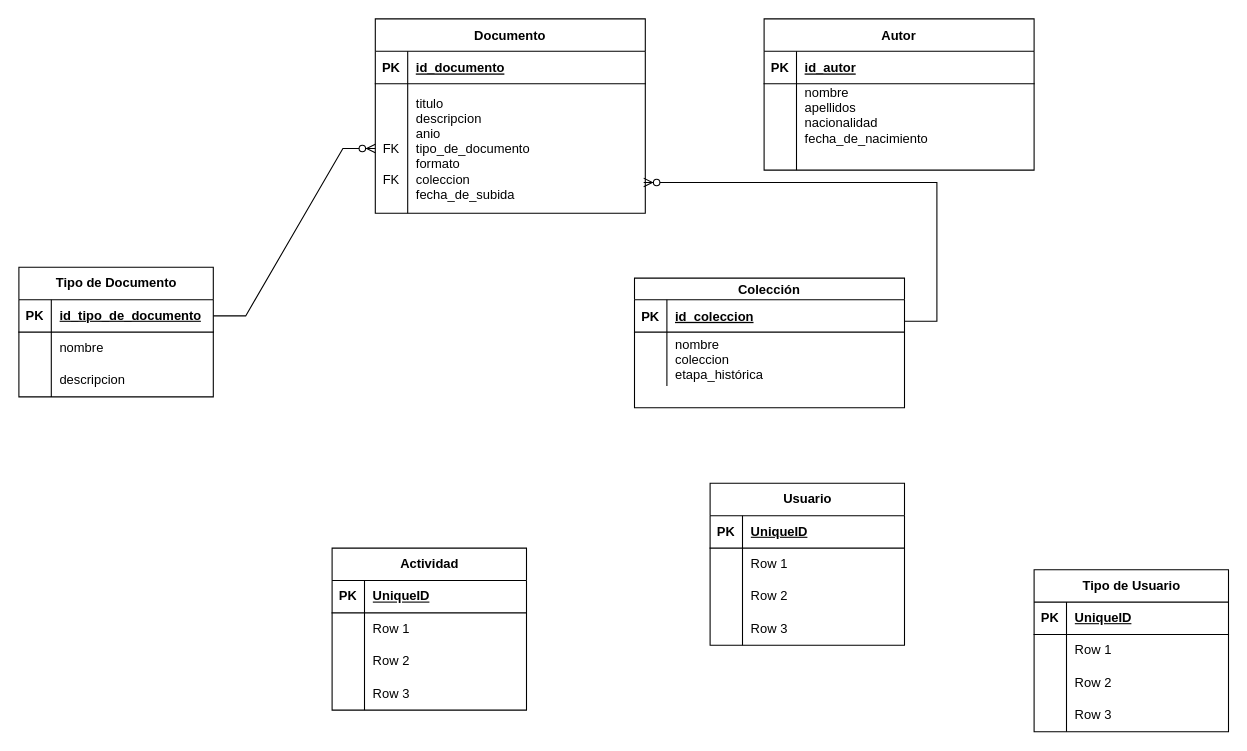
Earlier version of the draw.io diagram aetas-historia-ER.drawio (reyes-art-car/aetas-historia). Source tidied: cells renumbered, new cells numbered last; positions are measured from the earlier drawing's top-left corner, leaving out a move shared by most shapes. Both pictures are drawn from the tidied source at 108%, with x=0, y=0 at pixel (18, 18).
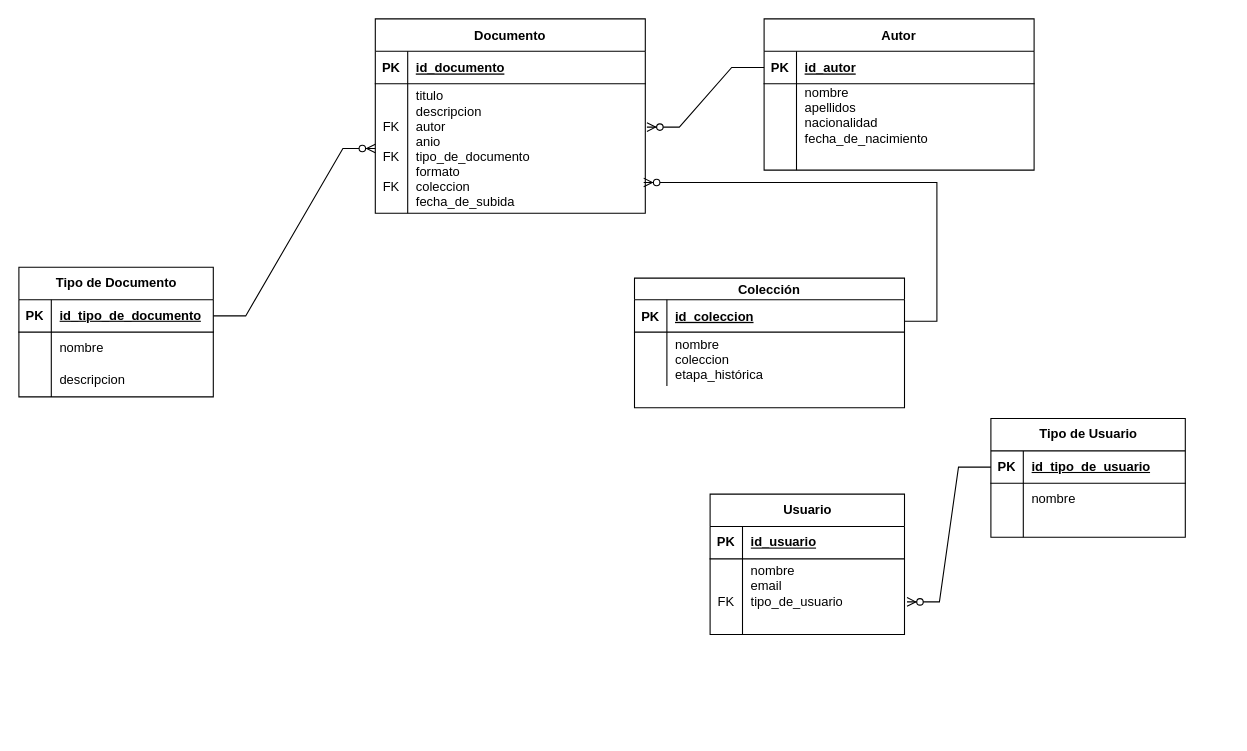
The same diagram, later.

The change refers to these unchanged cells:
```xml
<mxCell id="3" style="shape=partialRectangle;fillColor=none;points=[[0,0.5],[1,0.5]];portConstraint=eastwest;top=0;left=0;right=0;bottom=1;" parent="2" vertex="1">
  <mxGeometry y="30" width="250" height="30" as="geometry" />
</mxCell>
<mxCell id="23" style="shape=partialRectangle;fillColor=none;points=[[0,0.5],[1,0.5]];portConstraint=eastwest;top=0;left=0;right=0;bottom=0;" parent="19" vertex="1">
  <mxGeometry y="60" width="250" height="120" as="geometry" />
</mxCell>
<mxCell id="37" style="shape=tableRow;horizontal=0;startSize=0;swimlaneHead=0;swimlaneBody=0;fillColor=none;top=0;left=0;right=0;bottom=1;" parent="36" vertex="1">
  <mxGeometry y="30" width="180" height="30" as="geometry" />
</mxCell>
<mxCell id="50" style="shape=tableRow;horizontal=0;startSize=0;swimlaneHead=0;swimlaneBody=0;fillColor=none;points=[[0,0.5],[1,0.5]];portConstraint=eastwest;top=0;left=0;right=0;bottom=1;" parent="49" vertex="1">
  <mxGeometry y="30" width="180" height="30" as="geometry" />
</mxCell>
<mxCell id="53" style="shape=tableRow;horizontal=0;startSize=0;swimlaneHead=0;swimlaneBody=0;fillColor=none;top=0;left=0;right=0;bottom=0;" parent="49" vertex="1">
  <mxGeometry y="60" width="180" height="30" as="geometry" />
</mxCell>
```

Diff of the diagram source:
```diff
@@
-    <mxCell id="24" value="&#10;&#10;FK&#10;&#10;FK" style="shape=partialRectangle;overflow=hidden;fillColor=none;top=0;left=0;bottom=0;right=0;" parent="23" vertex="1">
+    <mxCell id="24" value="&#10;FK&#10;&#10;FK&#10;&#10;FK" style="shape=partialRectangle;overflow=hidden;fillColor=none;top=0;left=0;bottom=0;right=0;" parent="23" vertex="1">
       <mxGeometry width="30" height="120" as="geometry" />
     </mxCell>
-    <mxCell id="25" value="titulo&#10;descripcion&#10;anio&#10;tipo_de_documento&#10;formato&#10;coleccion&#10;fecha_de_subida" style="shape=partialRectangle;overflow=hidden;fillColor=none;top=0;left=0;bottom=0;right=0;align=left;spacingLeft=6;" parent="23" vertex="1">
+    <mxCell id="25" value="titulo&#10;descripcion&#10;autor&#10;anio&#10;tipo_de_documento&#10;formato&#10;coleccion&#10;fecha_de_subida" style="shape=partialRectangle;overflow=hidden;fillColor=none;top=0;left=0;bottom=0;right=0;align=left;spacingLeft=6;" parent="23" vertex="1">
       <mxGeometry x="30" width="220" height="120" as="geometry" />
     </mxCell>
@@
     <mxCell id="36" value="Usuario" style="shape=table;startSize=30;childLayout=tableLayout;rowLines=0;fontStyle=1;align=center;html=1;" parent="1" vertex="1">
-      <mxGeometry x="640" y="430" width="180" height="150" as="geometry" />
+      <mxGeometry x="640" y="440" width="180" height="130" as="geometry" />
     </mxCell>
@@
-    <mxCell id="39" value="UniqueID" style="shape=partialRectangle;fillColor=none;top=0;left=0;bottom=0;right=0;align=left;spacingLeft=6;fontStyle=5;overflow=hidden;whiteSpace=wrap;html=1;" parent="37" vertex="1">
+    <mxCell id="39" value="id_usuario" style="shape=partialRectangle;fillColor=none;top=0;left=0;bottom=0;right=0;align=left;spacingLeft=6;fontStyle=5;overflow=hidden;whiteSpace=wrap;html=1;" parent="37" vertex="1">
       <mxGeometry x="30" width="150" height="30" as="geometry" />
     </mxCell>
     <mxCell id="40" style="shape=tableRow;horizontal=0;startSize=0;swimlaneHead=0;swimlaneBody=0;fillColor=none;points=[[0,0.5],[1,0.5]];portConstraint=eastwest;top=0;left=0;right=0;bottom=0;" parent="36" vertex="1">
-      <mxGeometry y="60" width="180" height="30" as="geometry" />
+      <mxGeometry y="60" width="180" height="50" as="geometry" />
     </mxCell>
-    <mxCell id="41" style="shape=partialRectangle;fillColor=none;top=0;left=0;bottom=0;right=0;overflow=hidden;whiteSpace=wrap;html=1;" parent="40" vertex="1">
-      <mxGeometry width="30" height="30" as="geometry" />
+    <mxCell id="41" value="&lt;div&gt;&lt;br&gt;&lt;/div&gt;&lt;div&gt;&lt;br&gt;&lt;/div&gt;FK" style="shape=partialRectangle;fillColor=none;top=0;left=0;bottom=0;right=0;overflow=hidden;whiteSpace=wrap;html=1;" parent="40" vertex="1">
+      <mxGeometry width="30" height="50" as="geometry" />
     </mxCell>
-    <mxCell id="42" value="Row 1" style="shape=partialRectangle;fillColor=none;top=0;left=0;bottom=0;right=0;align=left;spacingLeft=6;overflow=hidden;whiteSpace=wrap;html=1;" parent="40" vertex="1">
-      <mxGeometry x="30" width="150" height="30" as="geometry" />
+    <mxCell id="42" value="nombre&lt;div&gt;email&lt;/div&gt;&lt;div&gt;tipo_de_usuario&lt;/div&gt;" style="shape=partialRectangle;fillColor=none;top=0;left=0;bottom=0;right=0;align=left;spacingLeft=6;overflow=hidden;whiteSpace=wrap;html=1;" parent="40" vertex="1">
+      <mxGeometry x="30" width="150" height="50" as="geometry" />
     </mxCell>
-    <mxCell id="43" style="shape=tableRow;horizontal=0;startSize=0;swimlaneHead=0;swimlaneBody=0;fillColor=none;top=0;left=0;right=0;bottom=0;" parent="36" vertex="1">
-      <mxGeometry y="90" width="180" height="30" as="geometry" />
-    </mxCell>
-    <mxCell id="44" style="shape=partialRectangle;fillColor=none;top=0;left=0;bottom=0;right=0;overflow=hidden;whiteSpace=wrap;html=1;" parent="43" vertex="1">
-      <mxGeometry width="30" height="30" as="geometry" />
-    </mxCell>
-    <mxCell id="45" value="Row 2" style="shape=partialRectangle;fillColor=none;top=0;left=0;bottom=0;right=0;align=left;spacingLeft=6;overflow=hidden;whiteSpace=wrap;html=1;" parent="43" vertex="1">
-      <mxGeometry x="30" width="150" height="30" as="geometry" />
-    </mxCell>
     <mxCell id="46" style="shape=tableRow;horizontal=0;startSize=0;swimlaneHead=0;swimlaneBody=0;fillColor=none;top=0;left=0;right=0;bottom=0;" parent="36" vertex="1">
-      <mxGeometry y="120" width="180" height="30" as="geometry" />
+      <mxGeometry y="110" width="180" height="20" as="geometry" />
     </mxCell>
     <mxCell id="47" style="shape=partialRectangle;fillColor=none;top=0;left=0;bottom=0;right=0;overflow=hidden;whiteSpace=wrap;html=1;" parent="46" vertex="1">
-      <mxGeometry width="30" height="30" as="geometry" />
+      <mxGeometry width="30" height="20" as="geometry" />
     </mxCell>
-    <mxCell id="48" value="Row 3" style="shape=partialRectangle;fillColor=none;top=0;left=0;bottom=0;right=0;align=left;spacingLeft=6;overflow=hidden;whiteSpace=wrap;html=1;" parent="46" vertex="1">
-      <mxGeometry x="30" width="150" height="30" as="geometry" />
+    <mxCell id="48" style="shape=partialRectangle;fillColor=none;top=0;left=0;bottom=0;right=0;align=left;spacingLeft=6;overflow=hidden;whiteSpace=wrap;html=1;" parent="46" vertex="1">
+      <mxGeometry x="30" width="150" height="20" as="geometry" />
     </mxCell>
     <mxCell id="49" value="Tipo de Usuario" style="shape=table;startSize=30;childLayout=tableLayout;rowLines=0;fontStyle=1;align=center;html=1;" parent="1" vertex="1">
-      <mxGeometry x="940" y="510" width="180" height="150" as="geometry" />
+      <mxGeometry x="900" y="370" width="180" height="110" as="geometry" />
     </mxCell>
@@
-    <mxCell id="52" value="UniqueID" style="shape=partialRectangle;fillColor=none;top=0;left=0;bottom=0;right=0;align=left;spacingLeft=6;fontStyle=5;overflow=hidden;whiteSpace=wrap;html=1;" parent="50" vertex="1">
+    <mxCell id="52" value="id_tipo_de_usuario" style="shape=partialRectangle;fillColor=none;top=0;left=0;bottom=0;right=0;align=left;spacingLeft=6;fontStyle=5;overflow=hidden;whiteSpace=wrap;html=1;" parent="50" vertex="1">
       <mxGeometry x="30" width="150" height="30" as="geometry" />
     </mxCell>
@@
-    <mxCell id="55" value="Row 1" style="shape=partialRectangle;fillColor=none;top=0;left=0;bottom=0;right=0;align=left;spacingLeft=6;overflow=hidden;whiteSpace=wrap;html=1;" parent="53" vertex="1">
+    <mxCell id="55" value="nombre" style="shape=partialRectangle;fillColor=none;top=0;left=0;bottom=0;right=0;align=left;spacingLeft=6;overflow=hidden;whiteSpace=wrap;html=1;" parent="53" vertex="1">
       <mxGeometry x="30" width="150" height="30" as="geometry" />
     </mxCell>
-    <mxCell id="56" style="shape=tableRow;horizontal=0;startSize=0;swimlaneHead=0;swimlaneBody=0;fillColor=none;top=0;left=0;right=0;bottom=0;" parent="49" vertex="1">
-      <mxGeometry y="90" width="180" height="30" as="geometry" />
-    </mxCell>
-    <mxCell id="57" style="shape=partialRectangle;fillColor=none;top=0;left=0;bottom=0;right=0;overflow=hidden;whiteSpace=wrap;html=1;" parent="56" vertex="1">
-      <mxGeometry width="30" height="30" as="geometry" />
-    </mxCell>
-    <mxCell id="58" value="Row 2" style="shape=partialRectangle;fillColor=none;top=0;left=0;bottom=0;right=0;align=left;spacingLeft=6;overflow=hidden;whiteSpace=wrap;html=1;" parent="56" vertex="1">
-      <mxGeometry x="30" width="150" height="30" as="geometry" />
-    </mxCell>
     <mxCell id="59" style="shape=tableRow;horizontal=0;startSize=0;swimlaneHead=0;swimlaneBody=0;fillColor=none;top=0;left=0;right=0;bottom=0;" parent="49" vertex="1">
-      <mxGeometry y="120" width="180" height="30" as="geometry" />
+      <mxGeometry y="90" width="180" height="20" as="geometry" />
     </mxCell>
     <mxCell id="60" style="shape=partialRectangle;fillColor=none;top=0;left=0;bottom=0;right=0;overflow=hidden;whiteSpace=wrap;html=1;" parent="59" vertex="1">
-      <mxGeometry width="30" height="30" as="geometry" />
+      <mxGeometry width="30" height="20" as="geometry" />
     </mxCell>
-    <mxCell id="61" value="Row 3" style="shape=partialRectangle;fillColor=none;top=0;left=0;bottom=0;right=0;align=left;spacingLeft=6;overflow=hidden;whiteSpace=wrap;html=1;" parent="59" vertex="1">
-      <mxGeometry x="30" width="150" height="30" as="geometry" />
+    <mxCell id="61" style="shape=partialRectangle;fillColor=none;top=0;left=0;bottom=0;right=0;align=left;spacingLeft=6;overflow=hidden;whiteSpace=wrap;html=1;" parent="59" vertex="1">
+      <mxGeometry x="30" width="150" height="20" as="geometry" />
     </mxCell>
-    <mxCell id="62" value="Actividad" style="shape=table;startSize=30;childLayout=tableLayout;rowLines=0;fontStyle=1;align=center;html=1;" parent="1" vertex="1">
-      <mxGeometry x="290" y="490" width="180" height="150" as="geometry" />
-    </mxCell>
-    <mxCell id="63" style="shape=tableRow;horizontal=0;startSize=0;swimlaneHead=0;swimlaneBody=0;fillColor=none;top=0;left=0;right=0;bottom=1;" parent="62" vertex="1">
-      <mxGeometry y="30" width="180" height="30" as="geometry" />
-    </mxCell>
-    <mxCell id="64" value="PK" style="shape=partialRectangle;fillColor=none;top=0;left=0;bottom=0;right=0;fontStyle=1;overflow=hidden;whiteSpace=wrap;html=1;" parent="63" vertex="1">
-      <mxGeometry width="30" height="30" as="geometry" />
-    </mxCell>
-    <mxCell id="65" value="UniqueID" style="shape=partialRectangle;fillColor=none;top=0;left=0;bottom=0;right=0;align=left;spacingLeft=6;fontStyle=5;overflow=hidden;whiteSpace=wrap;html=1;" parent="63" vertex="1">
-      <mxGeometry x="30" width="150" height="30" as="geometry" />
-    </mxCell>
-    <mxCell id="66" style="shape=tableRow;horizontal=0;startSize=0;swimlaneHead=0;swimlaneBody=0;fillColor=none;top=0;left=0;right=0;bottom=0;" parent="62" vertex="1">
-      <mxGeometry y="60" width="180" height="30" as="geometry" />
-    </mxCell>
-    <mxCell id="67" style="shape=partialRectangle;fillColor=none;top=0;left=0;bottom=0;right=0;overflow=hidden;whiteSpace=wrap;html=1;" parent="66" vertex="1">
-      <mxGeometry width="30" height="30" as="geometry" />
-    </mxCell>
-    <mxCell id="68" value="Row 1" style="shape=partialRectangle;fillColor=none;top=0;left=0;bottom=0;right=0;align=left;spacingLeft=6;overflow=hidden;whiteSpace=wrap;html=1;" parent="66" vertex="1">
-      <mxGeometry x="30" width="150" height="30" as="geometry" />
-    </mxCell>
-    <mxCell id="69" style="shape=tableRow;horizontal=0;startSize=0;swimlaneHead=0;swimlaneBody=0;fillColor=none;top=0;left=0;right=0;bottom=0;" parent="62" vertex="1">
-      <mxGeometry y="90" width="180" height="30" as="geometry" />
-    </mxCell>
-    <mxCell id="70" style="shape=partialRectangle;fillColor=none;top=0;left=0;bottom=0;right=0;overflow=hidden;whiteSpace=wrap;html=1;" parent="69" vertex="1">
-      <mxGeometry width="30" height="30" as="geometry" />
-    </mxCell>
-    <mxCell id="71" value="Row 2" style="shape=partialRectangle;fillColor=none;top=0;left=0;bottom=0;right=0;align=left;spacingLeft=6;overflow=hidden;whiteSpace=wrap;html=1;" parent="69" vertex="1">
-      <mxGeometry x="30" width="150" height="30" as="geometry" />
-    </mxCell>
-    <mxCell id="72" style="shape=tableRow;horizontal=0;startSize=0;swimlaneHead=0;swimlaneBody=0;fillColor=none;top=0;left=0;right=0;bottom=0;" parent="62" vertex="1">
-      <mxGeometry y="120" width="180" height="30" as="geometry" />
-    </mxCell>
-    <mxCell id="73" style="shape=partialRectangle;fillColor=none;top=0;left=0;bottom=0;right=0;overflow=hidden;whiteSpace=wrap;html=1;" parent="72" vertex="1">
-      <mxGeometry width="30" height="30" as="geometry" />
-    </mxCell>
-    <mxCell id="74" value="Row 3" style="shape=partialRectangle;fillColor=none;top=0;left=0;bottom=0;right=0;align=left;spacingLeft=6;overflow=hidden;whiteSpace=wrap;html=1;" parent="72" vertex="1">
-      <mxGeometry x="30" width="150" height="30" as="geometry" />
-    </mxCell>
@@
+    <mxCell id="77" style="edgeStyle=entityRelationEdgeStyle;fontSize=12;html=1;endArrow=ERzeroToMany;endFill=1;rounded=0;exitX=0;exitY=0.5;exitDx=0;exitDy=0;entryX=1.013;entryY=0.796;entryDx=0;entryDy=0;entryPerimeter=0;" parent="1" edge="1" source="50" target="40">
+      <mxGeometry relative="1" as="geometry" />
+    </mxCell>
+    <mxCell id="78" style="edgeStyle=entityRelationEdgeStyle;fontSize=12;html=1;endArrow=ERzeroToMany;endFill=1;rounded=0;exitX=0;exitY=0.5;exitDx=0;exitDy=0;entryX=1.006;entryY=0.335;entryDx=0;entryDy=0;entryPerimeter=0;" parent="1" edge="1" source="3" target="23">
+      <mxGeometry relative="1" as="geometry">
+        <Array as="points">
+          <mxPoint x="580" y="100" />
+        </Array>
+      </mxGeometry>
+    </mxCell>
```
